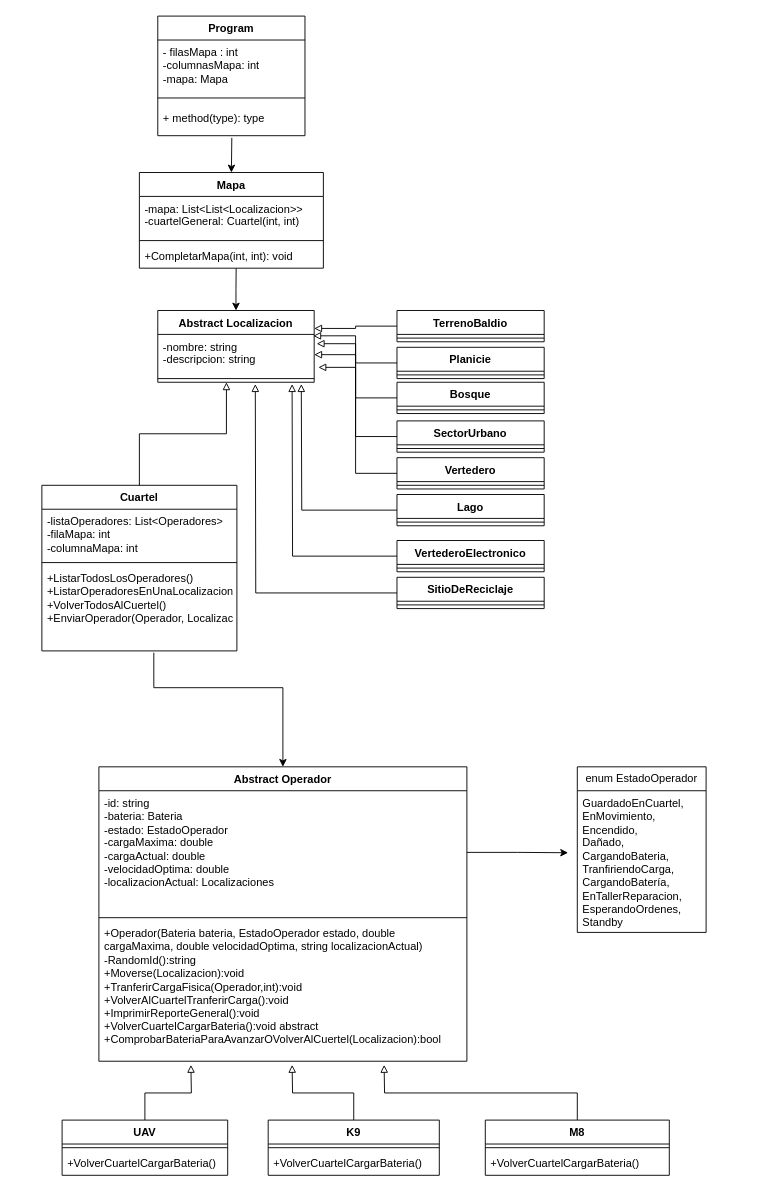
This is TP integrador/UML integrador.drawio from Damian-Imbro/UTN, a draw.io file, before an edit. Source tidied: cells renumbered, new cells numbered last; positions are measured from the earlier drawing's top-left corner, leaving out a move shared by most shapes. Both pictures are drawn from the tidied source at 92%, with x=0, y=0 at pixel (41, 16).
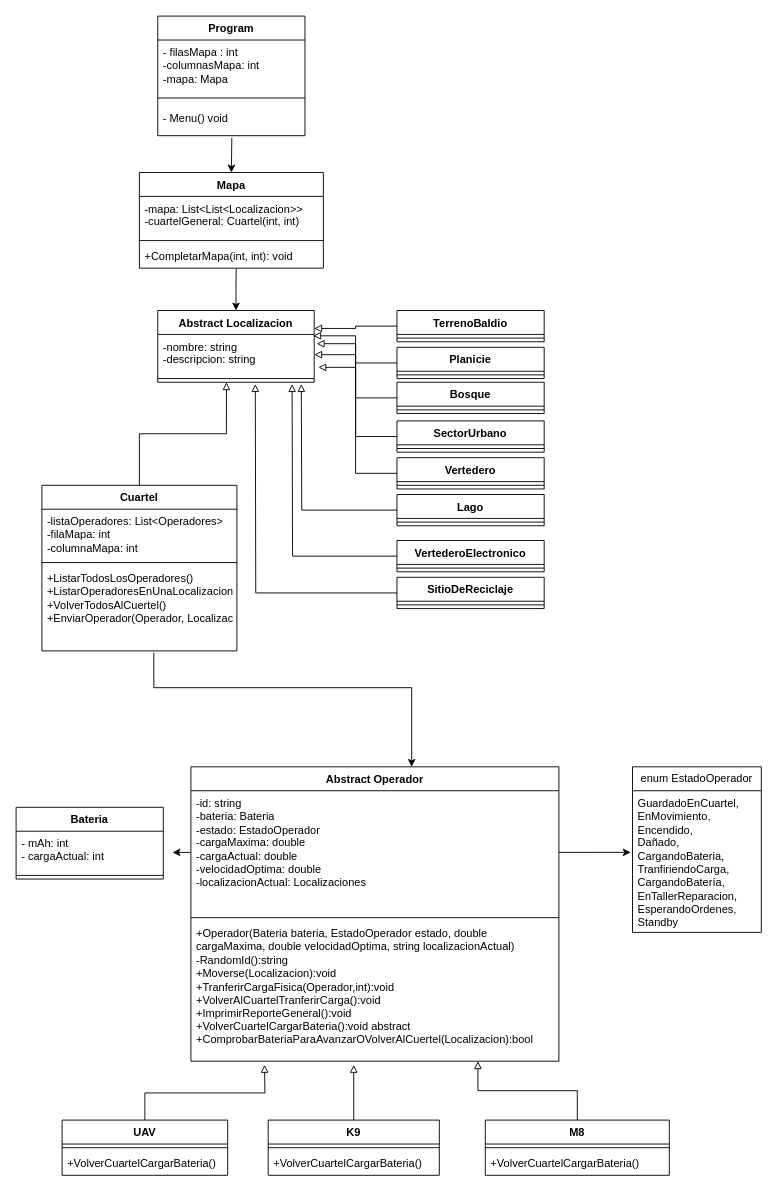
After the change.

Unchanged cells that the change refers to:
```xml
<mxCell id="2" value="Program" style="swimlane;fontStyle=1;align=center;verticalAlign=top;horizontal=1;startSize=26;whiteSpace=wrap;html=1;" parent="1" vertex="1">
  <mxGeometry x="126" width="160" height="130" as="geometry" />
</mxCell>
<mxCell id="13" value="+ListarTodosLosOperadores()&lt;br&gt;+ListarOperadoresEnUnaLocalizacion(Localizacion)&lt;br&gt;+VolverTodosAlCuertel()&lt;br&gt;+EnviarOperador(Operador, Localizacion)" style="text;strokeColor=none;fillColor=none;align=left;verticalAlign=top;spacingLeft=4;spacingRight=4;overflow=hidden;points=[[0,0.5],[1,0.5]];portConstraint=eastwest;whiteSpace=wrap;html=1;" parent="10" vertex="1">
  <mxGeometry y="88" width="212" height="92" as="geometry" />
</mxCell>
<mxCell id="20" value="-id: string&lt;br&gt;-bateria: Bateria&lt;br&gt;-estado: EstadoOperador&lt;br&gt;-cargaMaxima: double&lt;br&gt;-cargaActual: double&lt;br&gt;-velocidadOptima: double&lt;br&gt;-localizacionActual: Localizaciones" style="text;strokeColor=none;fillColor=none;align=left;verticalAlign=top;spacingLeft=4;spacingRight=4;overflow=hidden;points=[[0,0.5],[1,0.5]];portConstraint=eastwest;whiteSpace=wrap;html=1;" parent="18" vertex="1">
  <mxGeometry y="26" width="400" height="134" as="geometry" />
</mxCell>
<mxCell id="22" value="&lt;div&gt;+Operador(Bateria bateria, EstadoOperador estado, double cargaMaxima, double velocidadOptima, string localizacionActual)&lt;/div&gt;&lt;div&gt;-RandomId():string&lt;/div&gt;&lt;div&gt;+Moverse(Localizacion):void&lt;/div&gt;&lt;div&gt;+TranferirCargaFisica(Operador,int):void&lt;/div&gt;&lt;div&gt;+VolverAlCuartelTranferirCarga():void&lt;/div&gt;&lt;div&gt;+ImprimirReporteGeneral():void&lt;/div&gt;&lt;div&gt;+VolverCuartelCargarBateria():void abstract&lt;/div&gt;&lt;div&gt;+ComprobarBateriaParaAvanzarOVolverAlCuertel(Localizacion):bool&lt;/div&gt;&lt;div&gt;&lt;br&gt;&lt;/div&gt;" style="text;strokeColor=none;fillColor=none;align=left;verticalAlign=top;spacingLeft=4;spacingRight=4;overflow=hidden;points=[[0,0.5],[1,0.5]];portConstraint=eastwest;whiteSpace=wrap;html=1;" parent="18" vertex="1">
  <mxGeometry y="168" width="400" height="152" as="geometry" />
</mxCell>
<mxCell id="24" value="&lt;div&gt;GuardadoEnCuartel,&lt;/div&gt;&lt;div&gt;EnMovimiento,&lt;/div&gt;&lt;div&gt;Encendido,&lt;/div&gt;&lt;div&gt;Dañado,&lt;/div&gt;&lt;div&gt;CargandoBateria,&lt;/div&gt;&lt;div&gt;TranfiriendoCarga,&lt;/div&gt;&lt;div&gt;CargandoBatería,&lt;/div&gt;&lt;div&gt;EnTallerReparacion,&lt;/div&gt;&lt;div&gt;EsperandoOrdenes,&lt;/div&gt;&lt;div&gt;Standby&lt;/div&gt;" style="text;strokeColor=none;fillColor=none;align=left;verticalAlign=top;spacingLeft=4;spacingRight=4;overflow=hidden;points=[[0,0.5],[1,0.5]];portConstraint=eastwest;whiteSpace=wrap;html=1;" parent="23" vertex="1">
  <mxGeometry y="26" width="140" height="154" as="geometry" />
</mxCell>
<mxCell id="26" value="UAV" style="swimlane;fontStyle=1;align=center;verticalAlign=top;horizontal=1;startSize=26;whiteSpace=wrap;html=1;" parent="1" vertex="1">
  <mxGeometry x="22" y="1200" width="180" height="60" as="geometry" />
</mxCell>
<mxCell id="30" value="K9" style="swimlane;fontStyle=1;align=center;verticalAlign=top;horizontal=1;startSize=26;whiteSpace=wrap;html=1;" parent="1" vertex="1">
  <mxGeometry x="246" y="1200" width="186" height="60" as="geometry" />
</mxCell>
<mxCell id="34" value="M8" style="swimlane;fontStyle=1;align=center;verticalAlign=top;horizontal=1;startSize=26;whiteSpace=wrap;html=1;" parent="1" vertex="1">
  <mxGeometry x="482" y="1200" width="200" height="60" as="geometry" />
</mxCell>
```

Diff of the diagram source:
```diff
@@
-    <mxCell id="5" value="+ method(type): type" style="text;strokeColor=none;fillColor=none;align=left;verticalAlign=top;spacingLeft=4;spacingRight=4;overflow=hidden;points=[[0,0.5],[1,0.5]];portConstraint=eastwest;whiteSpace=wrap;html=1;" parent="2" vertex="1">
+    <mxCell id="5" value="- Menu() void" style="text;strokeColor=none;fillColor=none;align=left;verticalAlign=top;spacingLeft=4;spacingRight=4;overflow=hidden;points=[[0,0.5],[1,0.5]];portConstraint=eastwest;whiteSpace=wrap;html=1;" parent="2" vertex="1">
       <mxGeometry y="98" width="160" height="32" as="geometry" />
     </mxCell>
@@
     <mxCell id="18" value="Abstract Operador" style="swimlane;fontStyle=1;align=center;verticalAlign=top;horizontal=1;startSize=26;whiteSpace=wrap;html=1;" parent="1" vertex="1">
-      <mxGeometry x="62" y="816" width="400" height="320" as="geometry" />
+      <mxGeometry x="162" y="816" width="400" height="320" as="geometry" />
     </mxCell>
-    <mxCell id="19" style="edgeStyle=orthogonalEdgeStyle;rounded=0;jettySize=auto;html=1;exitX=1;exitY=0.5;exitDx=0;exitDy=0;" parent="18" edge="1" source="20">
-      <mxGeometry relative="1" as="geometry">
-        <mxPoint x="510" y="93.4" as="targetPoint" />
-      </mxGeometry>
-    </mxCell>
+    <mxCell id="64" style="edgeStyle=orthogonalEdgeStyle;rounded=0;jettySize=auto;html=1;exitX=0;exitY=0.5;exitDx=0;exitDy=0;" parent="18" edge="1" source="20">
+      <mxGeometry relative="1" as="geometry">
+        <mxPoint x="-20" y="93" as="targetPoint" />
+      </mxGeometry>
+    </mxCell>
@@
     <mxCell id="23" value="enum EstadoOperador" style="swimlane;fontStyle=0;horizontal=1;startSize=26;fillColor=none;whiteSpace=wrap;html=1;" parent="1" vertex="1">
-      <mxGeometry x="582" y="816" width="140" height="180" as="geometry" />
+      <mxGeometry x="642" y="816" width="140" height="180" as="geometry" />
     </mxCell>
@@
     <mxCell id="25" style="edgeStyle=orthogonalEdgeStyle;rounded=0;jettySize=auto;html=1;exitX=0.5;exitY=0;exitDx=0;exitDy=0;endArrow=block;endFill=0;strokeWidth=1;" parent="1" edge="1" source="26">
       <mxGeometry relative="1" as="geometry">
-        <mxPoint x="162" y="1140" as="targetPoint" />
+        <mxPoint x="242" y="1140" as="targetPoint" />
       </mxGeometry>
     </mxCell>
@@
     <mxCell id="29" style="edgeStyle=orthogonalEdgeStyle;rounded=0;jettySize=auto;html=1;exitX=0.5;exitY=0;exitDx=0;exitDy=0;endArrow=block;endFill=0;" parent="1" edge="1" source="30">
       <mxGeometry relative="1" as="geometry">
-        <mxPoint x="272" y="1140" as="targetPoint" />
+        <mxPoint x="339" y="1140" as="targetPoint" />
       </mxGeometry>
     </mxCell>
@@
-    <mxCell id="33" style="edgeStyle=orthogonalEdgeStyle;rounded=0;jettySize=auto;html=1;exitX=0.5;exitY=0;exitDx=0;exitDy=0;endArrow=block;endFill=0;" parent="1" edge="1" source="34">
-      <mxGeometry relative="1" as="geometry">
-        <mxPoint x="372" y="1140" as="targetPoint" />
-      </mxGeometry>
+    <mxCell id="33" style="edgeStyle=orthogonalEdgeStyle;rounded=0;jettySize=auto;html=1;exitX=0.5;exitY=0;exitDx=0;exitDy=0;endArrow=block;endFill=0;entryX=0.78;entryY=1;entryDx=0;entryDy=0;entryPerimeter=0;" parent="1" edge="1" source="34" target="22">
+      <mxGeometry relative="1" as="geometry" />
     </mxCell>
@@
-    <mxCell id="37" style="edgeStyle=orthogonalEdgeStyle;rounded=0;jettySize=auto;html=1;exitX=0.5;exitY=0;exitDx=0;exitDy=0;entryX=0.574;entryY=1.021;entryDx=0;entryDy=0;entryPerimeter=0;startArrow=classic;startFill=1;endArrow=none;endFill=0;" parent="1" edge="1" source="18" target="13">
+    <mxCell id="37" style="edgeStyle=orthogonalEdgeStyle;rounded=0;jettySize=auto;html=1;entryX=0.574;entryY=1.021;entryDx=0;entryDy=0;entryPerimeter=0;startArrow=classic;startFill=1;endArrow=none;endFill=0;" parent="1" edge="1" source="18" target="13">
       <mxGeometry relative="1" as="geometry">
         <Array as="points">
-          <mxPoint x="262" y="730" />
+          <mxPoint x="402" y="730" />
           <mxPoint x="122" y="730" />
         </Array>
       </mxGeometry>
     </mxCell>
@@
+    <mxCell id="19" style="edgeStyle=orthogonalEdgeStyle;rounded=0;jettySize=auto;html=1;exitX=1;exitY=0.5;exitDx=0;exitDy=0;entryX=-0.014;entryY=0.435;entryDx=0;entryDy=0;entryPerimeter=0;" parent="1" edge="1" source="20" target="24">
+      <mxGeometry relative="1" as="geometry" />
+    </mxCell>
+    <mxCell id="65" value="Bateria" style="swimlane;fontStyle=1;align=center;verticalAlign=top;horizontal=1;startSize=26;whiteSpace=wrap;html=1;" parent="1" vertex="1">
+      <mxGeometry x="-28" y="860" width="160" height="78" as="geometry" />
+    </mxCell>
+    <mxCell id="66" value="- mAh: int&lt;br&gt;- cargaActual: int" style="text;strokeColor=none;fillColor=none;align=left;verticalAlign=top;spacingLeft=4;spacingRight=4;overflow=hidden;whiteSpace=wrap;html=1;" parent="65" vertex="1">
+      <mxGeometry y="26" width="160" height="44" as="geometry" />
+    </mxCell>
+    <mxCell id="67" style="line;strokeWidth=1;fillColor=none;align=left;verticalAlign=middle;spacingTop=-1;spacingLeft=3;spacingRight=3;labelPosition=right;strokeColor=inherit;" parent="65" vertex="1">
+      <mxGeometry y="70" width="160" height="8" as="geometry" />
+    </mxCell>
```
